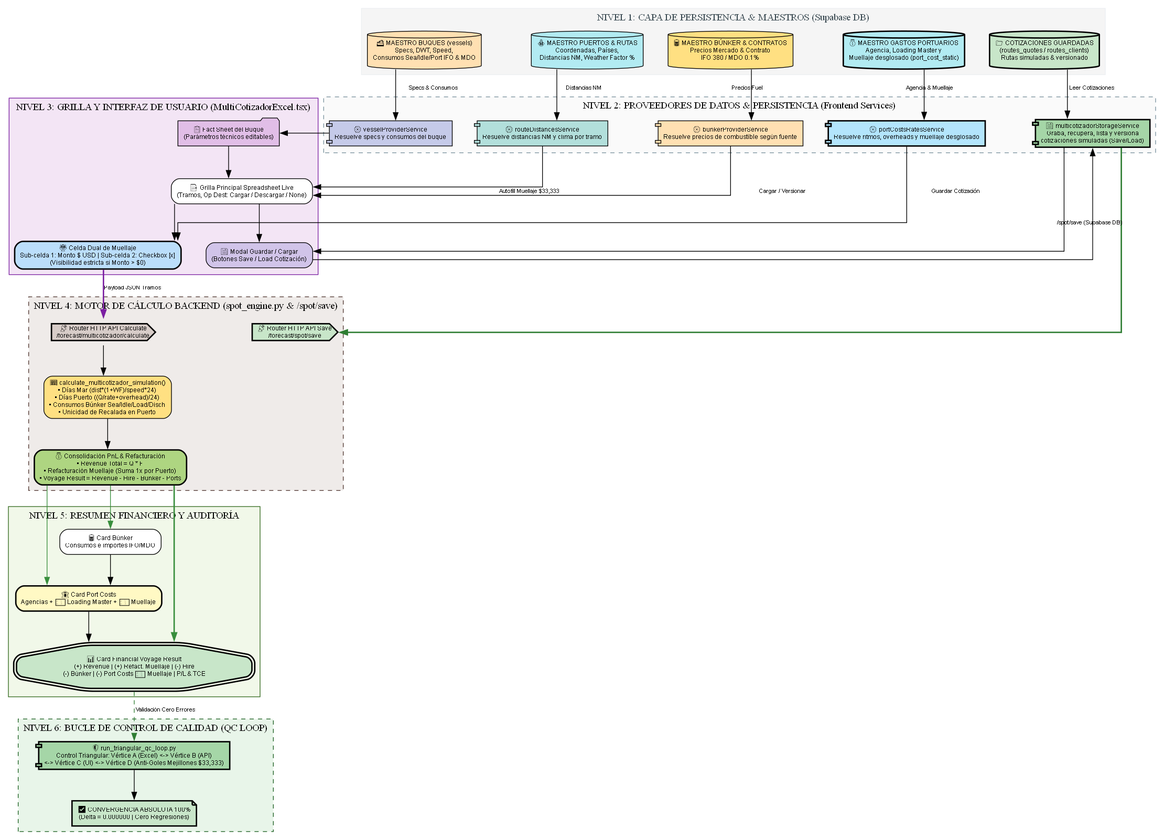
This is Desarrollo.Profesional/Obsidian.Refactorizacion.Multicotizador/FLUJOGRAMA_Arquitectura_Multicotizador_V1.png from RichGutz/PETRAL.SMART.DASHBOARD, a Graphviz export, as it was before one commit. Its source is kept beside it as Desarrollo.Profesional/Obsidian.Refactorizacion.Multicotizador/FLUJOGRAMA_Arquitectura_Multicotizador_V1.dot.
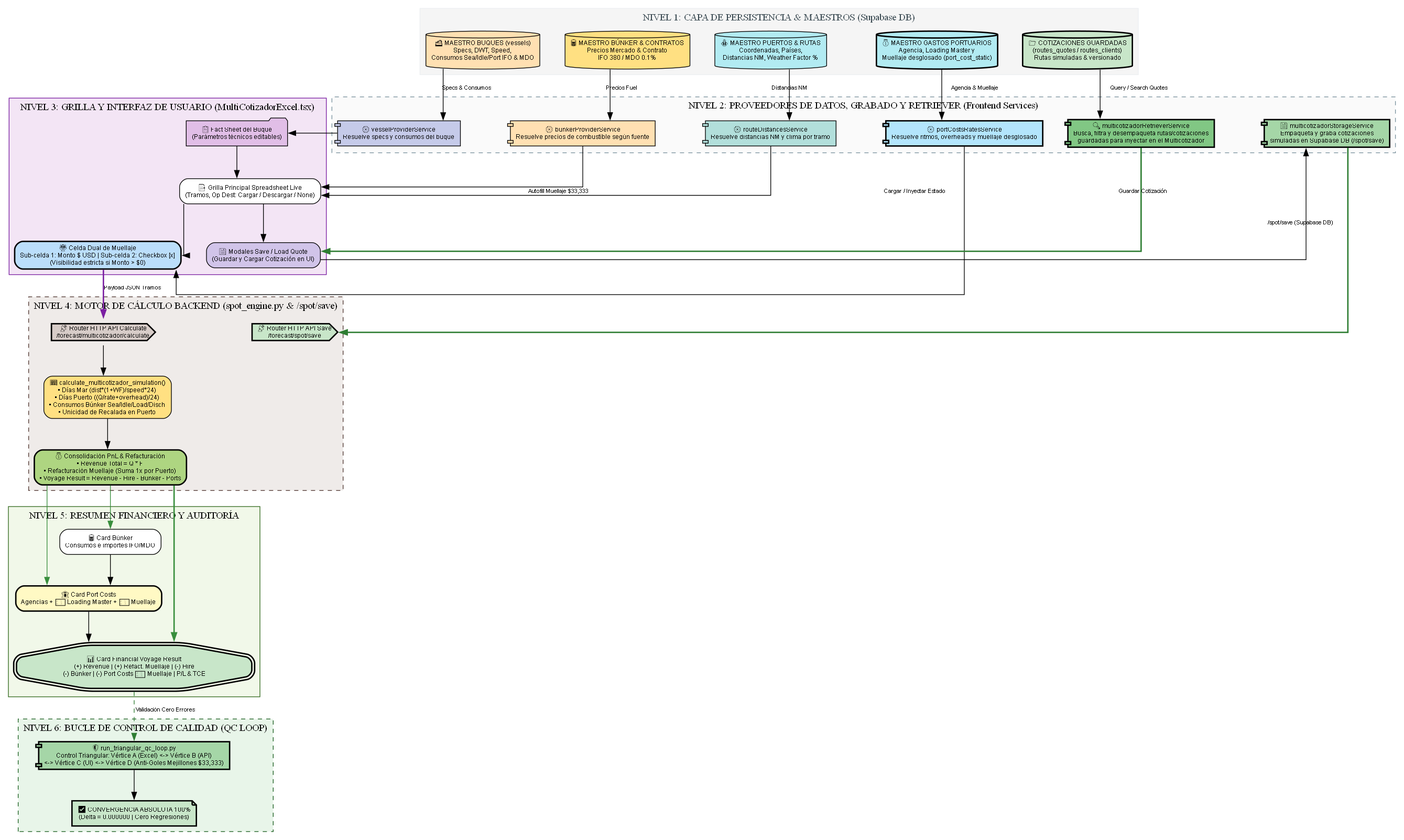
Above is the later version.

Commit message:
feat(arch): agregar multicotizadorRetrieverService y actualizar diagrama Graphviz V1

Change to the diagram source:
```diff
@@ -29,18 +29,19 @@
     #  NIVEL 2: SERVICIOS PROVIDERS & PERSISTENCIA (FRONTEND REACT)
     # ==========================================
     subgraph cluster_lvl2 {
-        label = "NIVEL 2: PROVEEDORES DE DATOS & PERSISTENCIA (Frontend Services)";
+        label = "NIVEL 2: PROVEEDORES DE DATOS, GRABADO Y RETRIEVER (Frontend Services)";
         style="filled,dashed"; color="#78909C"; fillcolor="#FAFAFA";
 
-        { rank=same; S_Vessel; S_Bunker; S_Route; S_Port; S_Storage; }
+        { rank=same; S_Vessel; S_Bunker; S_Route; S_Port; S_Storage; S_Retriever; }
 
         S_Vessel [label="⚙️ vesselProviderService\nResuelve specs y consumos del buque", shape=component, fillcolor="#C5CAE9"];
         S_Bunker [label="⚙️ bunkerProviderService\nResuelve precios de combustible según fuente", shape=component, fillcolor="#FFE0B2"];
         S_Route [label="⚙️ routeDistancesService\nResuelve distancias NM y clima por tramo", shape=component, fillcolor="#B2DFDB"];
         S_Port [label="⚙️ portCostsRatesService\nResuelve ritmos, overheads y muellaje desglosado", shape=component, fillcolor="#B3E5FC", penwidth=2];
-        S_Storage [label="💾 multicotizadorStorageService\nGraba, recupera, lista y versiona\ncotizaciones simuladas (Save/Load)", shape=component, fillcolor="#A5D6A7", penwidth=2];
+        S_Storage [label="💾 multicotizadorStorageService\nEmpaqueta y graba cotizaciones\nsimuladas en Supabase DB (/spot/save)", shape=component, fillcolor="#A5D6A7", penwidth=2];
+        S_Retriever [label="🔍 multicotizadorRetrieverService\nBusca, filtra y desempaqueta rutas/cotizaciones\nguardadas para inyectar en el Multicotizador", shape=component, fillcolor="#81C784", penwidth=2];
 
-        S_Vessel -> S_Bunker -> S_Route -> S_Port -> S_Storage [style=invis];
+        S_Vessel -> S_Bunker -> S_Route -> S_Port -> S_Storage -> S_Retriever [style=invis];
     }
 
     # ==========================================
@@ -53,7 +54,7 @@
         UI_FactSheet [label="📋 Fact Sheet del Buque\n(Parámetros técnicos editables)", shape=folder, fillcolor="#E1BEE7"];
         UI_Grid [label="📑 Grilla Principal Spreadsheet Live\n(Tramos, Op Dest: Cargar / Descargar / None)", shape=box, fillcolor="white"];
         UI_MuellajeCell [label="⚖️ Celda Dual de Muellaje\nSub-celda 1: Monto $ USD | Sub-celda 2: Checkbox [x]\n(Visibilidad estricta si Monto > $0)", shape=box, fillcolor="#BBDEFB", penwidth=2];
-        UI_SaveModal [label="💾 Modal Guardar / Cargar\n(Botones Save / Load Cotización)", shape=box, fillcolor="#D1C4E9"];
+        UI_SaveModal [label="💾 Modales Save / Load Quote\n(Guardar y Cargar Cotización en UI)", shape=box, fillcolor="#D1C4E9"];
 
         UI_FactSheet -> UI_Grid -> UI_MuellajeCell;
         UI_Grid -> UI_SaveModal;
@@ -105,21 +106,21 @@
     #  CONEXIONES VERTICALES DE CASCADA (FLUJO PRINCIPAL)
     # ==========================================
 
-    # 1. DB -> Providers
+    # 1. DB -> Providers & Retriever
     DB_Vessels -> S_Vessel [label=" Specs & Consumos"];
     DB_Ports -> S_Route [label=" Distancias NM"];
     DB_PortCosts -> S_Port [label=" Agencia & Muellaje"];
     DB_Bunker -> S_Bunker [label=" Precios Fuel"];
-    DB_SavedQuotes -> S_Storage [label=" Leer Cotizaciones"];
+    DB_SavedQuotes -> S_Retriever [label=" Query / Search Quotes"];
 
     # 2. Providers -> UI
     S_Vessel -> UI_FactSheet;
     S_Bunker -> UI_Grid;
     S_Route -> UI_Grid;
     S_Port -> UI_MuellajeCell [label=" Autofill Muellaje $33,333"];
-    S_Storage -> UI_SaveModal [label=" Cargar / Versionar"];
+    S_Retriever -> UI_SaveModal [label=" Cargar / Inyectar Estado", color="#2E7D32", penwidth=2];
 
-    # 3. UI -> Engine API & Save API
+    # 3. UI -> Storage Service & Engine API
     UI_MuellajeCell -> API_Endpoint [label=" Payload JSON Tramos", color="#7B1FA2", penwidth=2];
     UI_SaveModal -> S_Storage [label=" Guardar Cotización"];
     S_Storage -> API_SaveEndpoint [label=" /spot/save (Supabase DB)", color="#2E7D32", penwidth=2];
```
